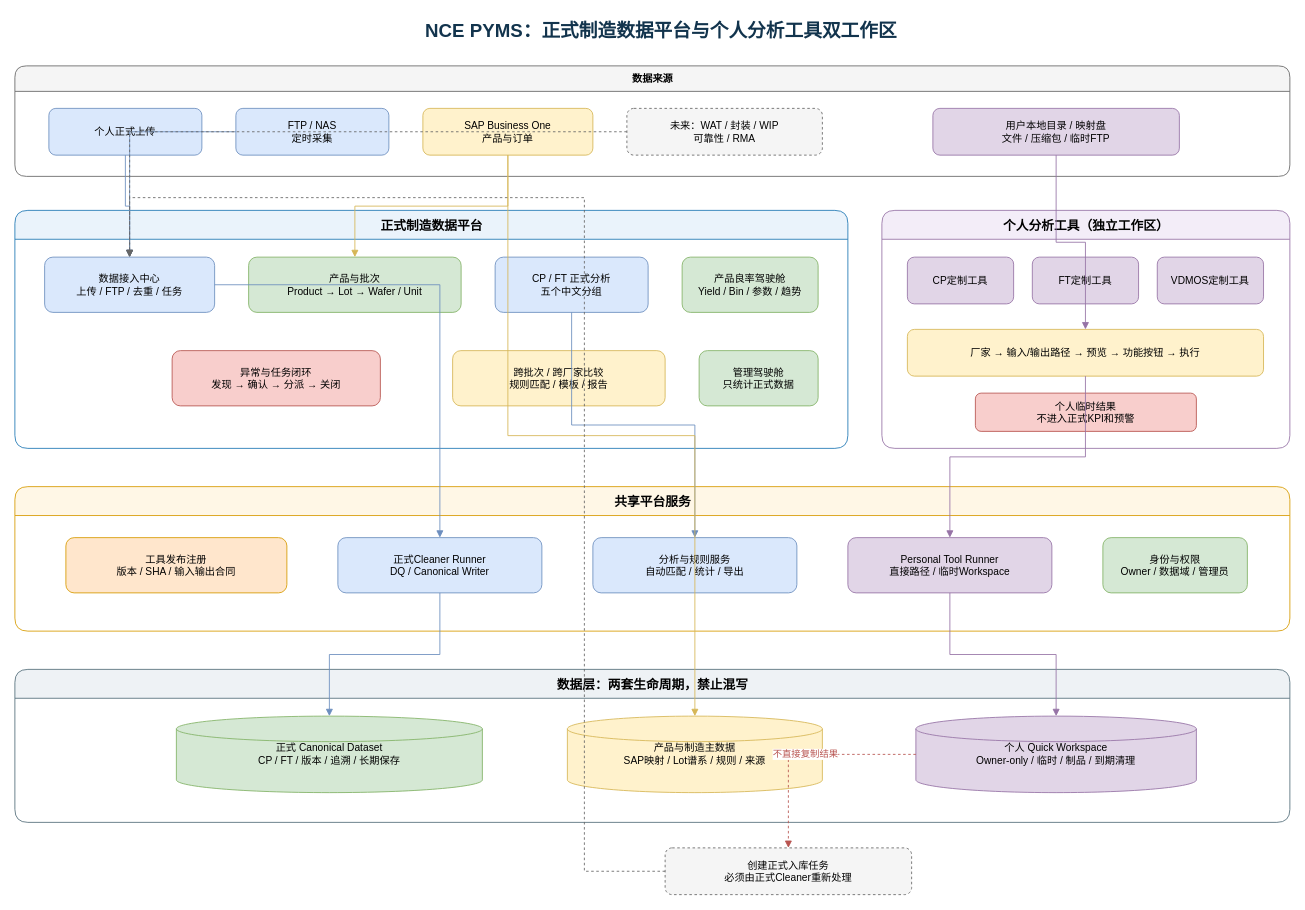
Chenchao981/CP-FT-data-analysis keeps this draw.io diagram as docs/architecture/NCE_PYMS_Product_Function_Boundary_v1.0_2026-09-03.drawio. Above is the earlier version. Source tidied: cells renumbered, new cells numbered last; positions are measured from the earlier drawing's top-left corner, leaving out a move shared by most shapes. Both pictures are drawn from the tidied source at 85%, with x=0, y=0 at pixel (14, 14).
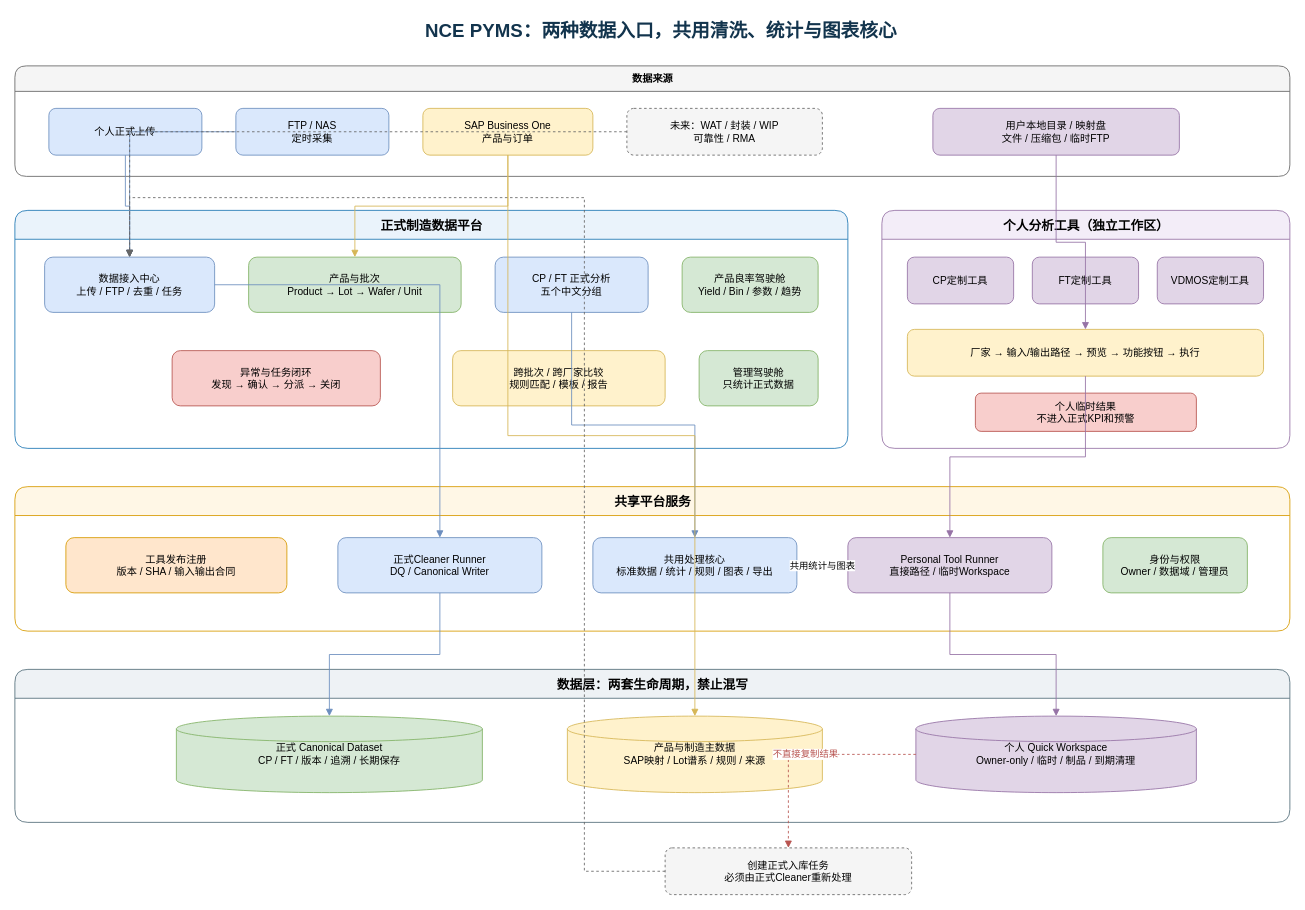
The same diagram, later.

Unchanged cells that the change refers to:
```xml
<mxCell id="23" value="共享平台服务" style="swimlane;startSize=34;horizontal=1;rounded=1;html=1;fontFamily=Microsoft YaHei;fontSize=15;fontStyle=1;fillColor=#fff7e6;strokeColor=#d79b00;" parent="1" vertex="1">
  <mxGeometry y="555" width="1500" height="170" as="geometry" />
</mxCell>
<mxCell id="27" value="Personal Tool Runner&#10;直接路径 / 临时Workspace" style="rounded=1;whiteSpace=wrap;html=1;fontFamily=Microsoft YaHei;fillColor=#e1d5e7;strokeColor=#9673a6;" parent="23" vertex="1">
  <mxGeometry x="980" y="60" width="240" height="65" as="geometry" />
</mxCell>
```

Change to the diagram source:
```diff
@@
-    <mxCell id="2" value="NCE PYMS：正式制造数据平台与个人分析工具双工作区" style="text;html=1;align=center;verticalAlign=middle;fontFamily=Microsoft YaHei;fontSize=22;fontStyle=1;fontColor=#12344d;" parent="1" vertex="1">
+    <mxCell id="2" value="NCE PYMS：两种数据入口，共用清洗、统计与图表核心" style="text;html=1;align=center;verticalAlign=middle;fontFamily=Microsoft YaHei;fontSize=22;fontStyle=1;fontColor=#12344d;" parent="1" vertex="1">
       <mxGeometry x="100" width="1320" height="40" as="geometry" />
     </mxCell>
@@
-    <mxCell id="26" value="分析与规则服务&#10;自动匹配 / 统计 / 导出" style="rounded=1;whiteSpace=wrap;html=1;fontFamily=Microsoft YaHei;fillColor=#dae8fc;strokeColor=#6c8ebf;" parent="23" vertex="1">
+    <mxCell id="26" value="共用处理核心&#10;标准数据 / 统计 / 规则 / 图表 / 导出" style="rounded=1;whiteSpace=wrap;html=1;fontFamily=Microsoft YaHei;fillColor=#dae8fc;strokeColor=#6c8ebf;" parent="23" vertex="1">
       <mxGeometry x="680" y="60" width="240" height="65" as="geometry" />
     </mxCell>
@@
+    <mxCell id="47" value="共用统计与图表" style="edgeStyle=orthogonalEdgeStyle;rounded=0;jettySize=auto;html=1;endArrow=block;strokeColor=#9673a6;fontFamily=Microsoft YaHei;fontSize=11;" parent="1" edge="1" source="27" target="26">
+      <mxGeometry relative="1" as="geometry" />
+    </mxCell>
```
